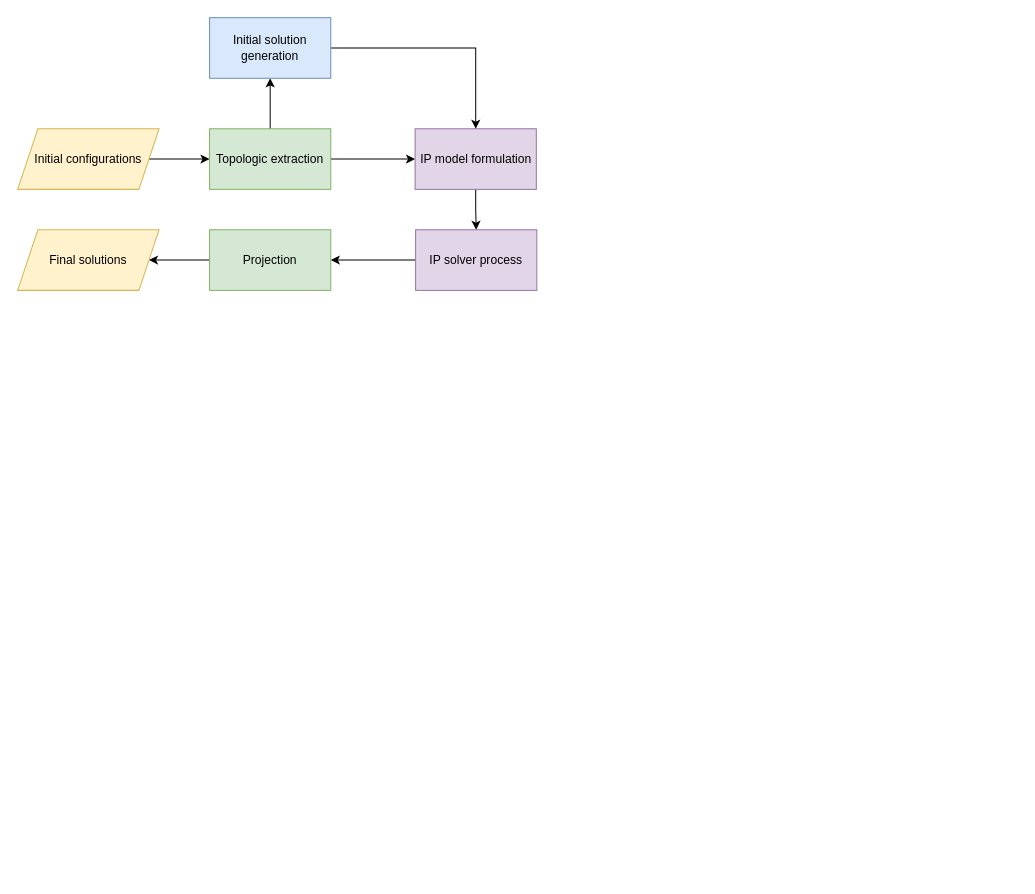
The draw.io diagram OWIP.drawio in HUOJIAXI/A-high-efficient-and-collision-free-algorithm-for-multi-robot-path-planning-in-narrow-passage-env, before the edit. Source tidied: cells renumbered, new cells numbered last; positions are measured from the earlier drawing's top-left corner, leaving out a move shared by most shapes. Both pictures are drawn from the tidied source at 101%, with x=0, y=0 at pixel (17, 17).
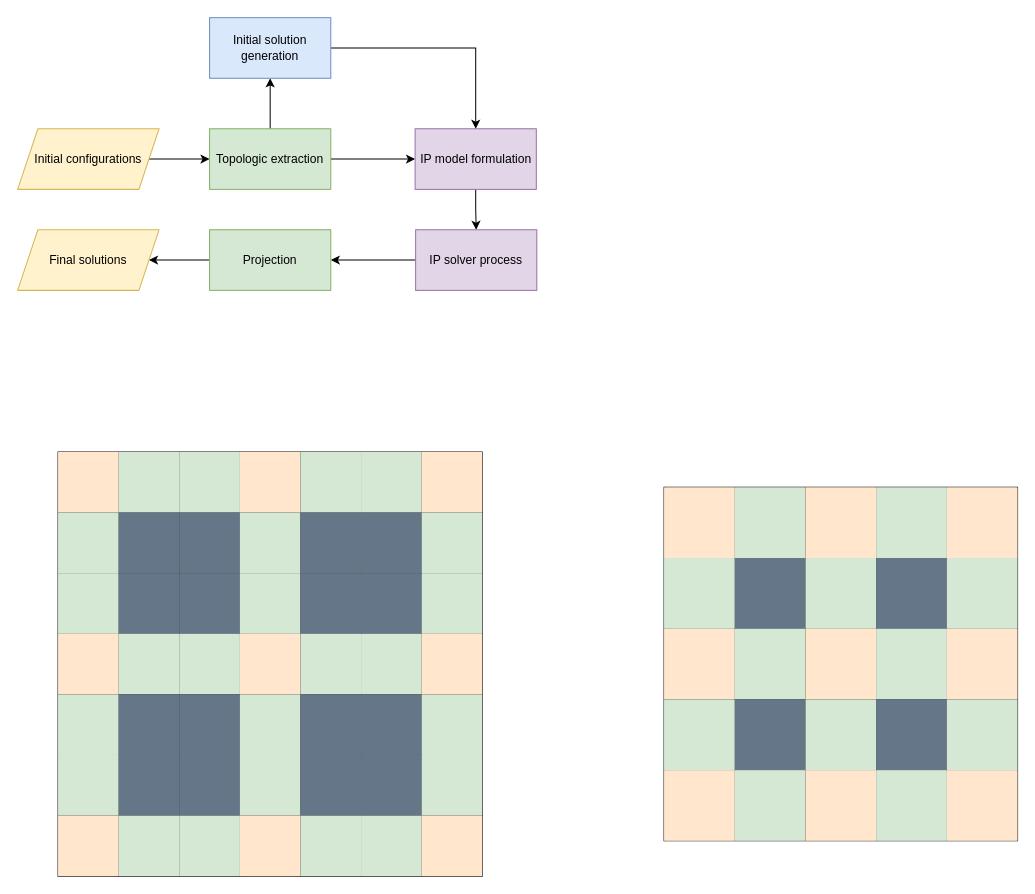
The same page after the edit.

Change to the diagram source:
```diff
@@
+    <mxCell id="16" style="shape=table;html=1;whiteSpace=wrap;startSize=0;childLayout=tableLayout;" parent="1" vertex="1">
+      <mxGeometry x="40" y="430" width="420" height="420" as="geometry" />
+    </mxCell>
+    <mxCell id="17" style="shape=partialRectangle;html=1;whiteSpace=wrap;fillColor=none;top=0;left=0;bottom=0;right=0;" parent="16" vertex="1">
+      <mxGeometry width="420" height="60" as="geometry" />
+    </mxCell>
+    <mxCell id="18" style="shape=partialRectangle;html=1;whiteSpace=wrap;overflow=hidden;fillColor=#ffe6cc;top=0;left=0;bottom=0;right=0;strokeColor=#d79b00;" parent="17" vertex="1">
+      <mxGeometry width="60" height="60" as="geometry" />
+    </mxCell>
+    <mxCell id="19" style="shape=partialRectangle;html=1;whiteSpace=wrap;overflow=hidden;fillColor=#d5e8d4;top=0;left=0;bottom=0;right=0;strokeColor=#82b366;" parent="17" vertex="1">
+      <mxGeometry x="60" width="60" height="60" as="geometry" />
+    </mxCell>
+    <mxCell id="20" style="shape=partialRectangle;html=1;whiteSpace=wrap;overflow=hidden;fillColor=#d5e8d4;top=0;left=0;bottom=0;right=0;strokeColor=#82b366;" parent="17" vertex="1">
+      <mxGeometry x="120" width="60" height="60" as="geometry" />
+    </mxCell>
+    <mxCell id="21" style="shape=partialRectangle;html=1;whiteSpace=wrap;overflow=hidden;fillColor=#ffe6cc;top=0;left=0;bottom=0;right=0;strokeColor=#d79b00;" parent="17" vertex="1">
+      <mxGeometry x="180" width="60" height="60" as="geometry" />
+    </mxCell>
+    <mxCell id="22" style="shape=partialRectangle;html=1;whiteSpace=wrap;overflow=hidden;fillColor=#d5e8d4;top=0;left=0;bottom=0;right=0;strokeColor=#82b366;" parent="17" vertex="1">
+      <mxGeometry x="240" width="60" height="60" as="geometry" />
+    </mxCell>
+    <mxCell id="23" style="shape=partialRectangle;html=1;whiteSpace=wrap;overflow=hidden;fillColor=#d5e8d4;top=0;left=0;bottom=0;right=0;strokeColor=#82b366;" parent="17" vertex="1">
+      <mxGeometry x="300" width="60" height="60" as="geometry" />
+    </mxCell>
+    <mxCell id="24" style="shape=partialRectangle;html=1;whiteSpace=wrap;overflow=hidden;fillColor=#ffe6cc;top=0;left=0;bottom=0;right=0;strokeColor=#d79b00;" parent="17" vertex="1">
+      <mxGeometry x="360" width="60" height="60" as="geometry" />
+    </mxCell>
+    <mxCell id="25" style="shape=partialRectangle;html=1;whiteSpace=wrap;fillColor=none;top=0;left=0;bottom=0;right=0;" parent="16" vertex="1">
+      <mxGeometry y="60" width="420" height="60" as="geometry" />
+    </mxCell>
+    <mxCell id="26" style="shape=partialRectangle;html=1;whiteSpace=wrap;overflow=hidden;fillColor=#d5e8d4;top=0;left=0;bottom=0;right=0;strokeColor=#82b366;" parent="25" vertex="1">
+      <mxGeometry width="60" height="60" as="geometry" />
+    </mxCell>
+    <mxCell id="27" style="shape=partialRectangle;html=1;whiteSpace=wrap;overflow=hidden;fillColor=#647687;top=0;left=0;bottom=0;right=0;strokeColor=#314354;fontColor=#ffffff;" parent="25" vertex="1">
+      <mxGeometry x="60" width="60" height="60" as="geometry" />
+    </mxCell>
+    <mxCell id="28" style="shape=partialRectangle;html=1;whiteSpace=wrap;overflow=hidden;fillColor=#647687;top=0;left=0;bottom=0;right=0;strokeColor=#314354;fontColor=#ffffff;" parent="25" vertex="1">
+      <mxGeometry x="120" width="60" height="60" as="geometry" />
+    </mxCell>
+    <mxCell id="29" style="shape=partialRectangle;html=1;whiteSpace=wrap;overflow=hidden;fillColor=#d5e8d4;top=0;left=0;bottom=0;right=0;strokeColor=#82b366;" parent="25" vertex="1">
+      <mxGeometry x="180" width="60" height="60" as="geometry" />
+    </mxCell>
+    <mxCell id="30" style="shape=partialRectangle;html=1;whiteSpace=wrap;overflow=hidden;fillColor=#647687;top=0;left=0;bottom=0;right=0;strokeColor=#314354;fontColor=#ffffff;" parent="25" vertex="1">
+      <mxGeometry x="240" width="60" height="60" as="geometry" />
+    </mxCell>
+    <mxCell id="31" style="shape=partialRectangle;html=1;whiteSpace=wrap;overflow=hidden;fillColor=#647687;top=0;left=0;bottom=0;right=0;strokeColor=#314354;fontColor=#ffffff;" parent="25" vertex="1">
+      <mxGeometry x="300" width="60" height="60" as="geometry" />
+    </mxCell>
+    <mxCell id="32" style="shape=partialRectangle;html=1;whiteSpace=wrap;overflow=hidden;fillColor=#d5e8d4;top=0;left=0;bottom=0;right=0;strokeColor=#82b366;" parent="25" vertex="1">
+      <mxGeometry x="360" width="60" height="60" as="geometry" />
+    </mxCell>
+    <mxCell id="33" style="shape=partialRectangle;html=1;whiteSpace=wrap;fillColor=none;top=0;left=0;bottom=0;right=0;" parent="16" vertex="1">
+      <mxGeometry y="120" width="420" height="60" as="geometry" />
+    </mxCell>
+    <mxCell id="34" style="shape=partialRectangle;html=1;whiteSpace=wrap;overflow=hidden;fillColor=#d5e8d4;top=0;left=0;bottom=0;right=0;strokeColor=#82b366;" parent="33" vertex="1">
+      <mxGeometry width="60" height="60" as="geometry" />
+    </mxCell>
+    <mxCell id="35" style="shape=partialRectangle;html=1;whiteSpace=wrap;overflow=hidden;fillColor=#647687;top=0;left=0;bottom=0;right=0;strokeColor=#314354;fontColor=#ffffff;" parent="33" vertex="1">
+      <mxGeometry x="60" width="60" height="60" as="geometry" />
+    </mxCell>
+    <mxCell id="36" style="shape=partialRectangle;html=1;whiteSpace=wrap;overflow=hidden;fillColor=#647687;top=0;left=0;bottom=0;right=0;strokeColor=#314354;fontColor=#ffffff;" parent="33" vertex="1">
+      <mxGeometry x="120" width="60" height="60" as="geometry" />
+    </mxCell>
+    <mxCell id="37" style="shape=partialRectangle;html=1;whiteSpace=wrap;overflow=hidden;fillColor=#d5e8d4;top=0;left=0;bottom=0;right=0;strokeColor=#82b366;" parent="33" vertex="1">
+      <mxGeometry x="180" width="60" height="60" as="geometry" />
+    </mxCell>
+    <mxCell id="38" style="shape=partialRectangle;html=1;whiteSpace=wrap;overflow=hidden;fillColor=#647687;top=0;left=0;bottom=0;right=0;strokeColor=#314354;fontColor=#ffffff;" parent="33" vertex="1">
+      <mxGeometry x="240" width="60" height="60" as="geometry" />
+    </mxCell>
+    <mxCell id="39" style="shape=partialRectangle;html=1;whiteSpace=wrap;overflow=hidden;fillColor=#647687;top=0;left=0;bottom=0;right=0;strokeColor=#314354;fontColor=#ffffff;" parent="33" vertex="1">
+      <mxGeometry x="300" width="60" height="60" as="geometry" />
+    </mxCell>
+    <mxCell id="40" style="shape=partialRectangle;html=1;whiteSpace=wrap;overflow=hidden;fillColor=#d5e8d4;top=0;left=0;bottom=0;right=0;strokeColor=#82b366;" parent="33" vertex="1">
+      <mxGeometry x="360" width="60" height="60" as="geometry" />
+    </mxCell>
+    <mxCell id="41" style="shape=partialRectangle;html=1;whiteSpace=wrap;fillColor=none;top=0;left=0;bottom=0;right=0;" parent="16" vertex="1">
+      <mxGeometry y="180" width="420" height="60" as="geometry" />
+    </mxCell>
+    <mxCell id="42" style="shape=partialRectangle;html=1;whiteSpace=wrap;overflow=hidden;fillColor=#ffe6cc;top=0;left=0;bottom=0;right=0;strokeColor=#d79b00;" parent="41" vertex="1">
+      <mxGeometry width="60" height="60" as="geometry" />
+    </mxCell>
+    <mxCell id="43" style="shape=partialRectangle;html=1;whiteSpace=wrap;overflow=hidden;fillColor=#d5e8d4;top=0;left=0;bottom=0;right=0;strokeColor=#82b366;" parent="41" vertex="1">
+      <mxGeometry x="60" width="60" height="60" as="geometry" />
+    </mxCell>
+    <mxCell id="44" style="shape=partialRectangle;html=1;whiteSpace=wrap;overflow=hidden;fillColor=#d5e8d4;top=0;left=0;bottom=0;right=0;strokeColor=#82b366;" parent="41" vertex="1">
+      <mxGeometry x="120" width="60" height="60" as="geometry" />
+    </mxCell>
+    <mxCell id="45" style="shape=partialRectangle;html=1;whiteSpace=wrap;overflow=hidden;fillColor=#ffe6cc;top=0;left=0;bottom=0;right=0;strokeColor=#d79b00;" parent="41" vertex="1">
+      <mxGeometry x="180" width="60" height="60" as="geometry" />
+    </mxCell>
+    <mxCell id="46" style="shape=partialRectangle;html=1;whiteSpace=wrap;overflow=hidden;fillColor=#d5e8d4;top=0;left=0;bottom=0;right=0;strokeColor=#82b366;" parent="41" vertex="1">
+      <mxGeometry x="240" width="60" height="60" as="geometry" />
+    </mxCell>
+    <mxCell id="47" style="shape=partialRectangle;html=1;whiteSpace=wrap;overflow=hidden;fillColor=#d5e8d4;top=0;left=0;bottom=0;right=0;strokeColor=#82b366;" parent="41" vertex="1">
+      <mxGeometry x="300" width="60" height="60" as="geometry" />
+    </mxCell>
+    <mxCell id="48" style="shape=partialRectangle;html=1;whiteSpace=wrap;overflow=hidden;fillColor=#ffe6cc;top=0;left=0;bottom=0;right=0;strokeColor=#d79b00;" parent="41" vertex="1">
+      <mxGeometry x="360" width="60" height="60" as="geometry" />
+    </mxCell>
+    <mxCell id="49" style="shape=partialRectangle;html=1;whiteSpace=wrap;fillColor=none;top=0;left=0;bottom=0;right=0;" parent="16" vertex="1">
+      <mxGeometry y="240" width="420" height="60" as="geometry" />
+    </mxCell>
+    <mxCell id="50" style="shape=partialRectangle;html=1;whiteSpace=wrap;overflow=hidden;fillColor=#d5e8d4;top=0;left=0;bottom=0;right=0;strokeColor=#82b366;" parent="49" vertex="1">
+      <mxGeometry width="60" height="60" as="geometry" />
+    </mxCell>
+    <mxCell id="51" style="shape=partialRectangle;html=1;whiteSpace=wrap;overflow=hidden;fillColor=#647687;top=0;left=0;bottom=0;right=0;strokeColor=#314354;fontColor=#ffffff;" parent="49" vertex="1">
+      <mxGeometry x="60" width="60" height="60" as="geometry" />
+    </mxCell>
+    <mxCell id="52" style="shape=partialRectangle;html=1;whiteSpace=wrap;overflow=hidden;fillColor=#647687;top=0;left=0;bottom=0;right=0;strokeColor=#314354;fontColor=#ffffff;" parent="49" vertex="1">
+      <mxGeometry x="120" width="60" height="60" as="geometry" />
+    </mxCell>
+    <mxCell id="53" style="shape=partialRectangle;html=1;whiteSpace=wrap;overflow=hidden;fillColor=#d5e8d4;top=0;left=0;bottom=0;right=0;strokeColor=#82b366;" parent="49" vertex="1">
+      <mxGeometry x="180" width="60" height="60" as="geometry" />
+    </mxCell>
+    <mxCell id="54" style="shape=partialRectangle;html=1;whiteSpace=wrap;overflow=hidden;fillColor=#647687;top=0;left=0;bottom=0;right=0;strokeColor=#314354;fontColor=#ffffff;" parent="49" vertex="1">
+      <mxGeometry x="240" width="60" height="60" as="geometry" />
+    </mxCell>
+    <mxCell id="55" style="shape=partialRectangle;html=1;whiteSpace=wrap;overflow=hidden;fillColor=#647687;top=0;left=0;bottom=0;right=0;strokeColor=#314354;fontColor=#ffffff;" parent="49" vertex="1">
+      <mxGeometry x="300" width="60" height="60" as="geometry" />
+    </mxCell>
+    <mxCell id="56" style="shape=partialRectangle;html=1;whiteSpace=wrap;overflow=hidden;fillColor=#d5e8d4;top=0;left=0;bottom=0;right=0;strokeColor=#82b366;" parent="49" vertex="1">
+      <mxGeometry x="360" width="60" height="60" as="geometry" />
+    </mxCell>
+    <mxCell id="57" style="shape=partialRectangle;html=1;whiteSpace=wrap;fillColor=none;top=0;left=0;bottom=0;right=0;" parent="16" vertex="1">
+      <mxGeometry y="300" width="420" height="60" as="geometry" />
+    </mxCell>
+    <mxCell id="58" style="shape=partialRectangle;html=1;whiteSpace=wrap;overflow=hidden;fillColor=#d5e8d4;top=0;left=0;bottom=0;right=0;strokeColor=#82b366;" parent="57" vertex="1">
+      <mxGeometry width="60" height="60" as="geometry" />
+    </mxCell>
+    <mxCell id="59" style="shape=partialRectangle;html=1;whiteSpace=wrap;overflow=hidden;fillColor=#647687;top=0;left=0;bottom=0;right=0;strokeColor=#314354;fontColor=#ffffff;" parent="57" vertex="1">
+      <mxGeometry x="60" width="60" height="60" as="geometry" />
+    </mxCell>
+    <mxCell id="60" style="shape=partialRectangle;html=1;whiteSpace=wrap;overflow=hidden;fillColor=#647687;top=0;left=0;bottom=0;right=0;strokeColor=#314354;fontColor=#ffffff;" parent="57" vertex="1">
+      <mxGeometry x="120" width="60" height="60" as="geometry" />
+    </mxCell>
+    <mxCell id="61" style="shape=partialRectangle;html=1;whiteSpace=wrap;overflow=hidden;fillColor=#d5e8d4;top=0;left=0;bottom=0;right=0;strokeColor=#82b366;" parent="57" vertex="1">
+      <mxGeometry x="180" width="60" height="60" as="geometry" />
+    </mxCell>
+    <mxCell id="62" style="shape=partialRectangle;html=1;whiteSpace=wrap;overflow=hidden;fillColor=#647687;top=0;left=0;bottom=0;right=0;strokeColor=#314354;fontColor=#ffffff;" parent="57" vertex="1">
+      <mxGeometry x="240" width="60" height="60" as="geometry" />
+    </mxCell>
+    <mxCell id="63" style="shape=partialRectangle;html=1;whiteSpace=wrap;overflow=hidden;fillColor=#647687;top=0;left=0;bottom=0;right=0;strokeColor=#314354;fontColor=#ffffff;" parent="57" vertex="1">
+      <mxGeometry x="300" width="60" height="60" as="geometry" />
+    </mxCell>
+    <mxCell id="64" style="shape=partialRectangle;html=1;whiteSpace=wrap;overflow=hidden;fillColor=#d5e8d4;top=0;left=0;bottom=0;right=0;strokeColor=#82b366;" parent="57" vertex="1">
+      <mxGeometry x="360" width="60" height="60" as="geometry" />
+    </mxCell>
+    <mxCell id="65" style="shape=partialRectangle;html=1;whiteSpace=wrap;fillColor=none;top=0;left=0;bottom=0;right=0;" parent="16" vertex="1">
+      <mxGeometry y="360" width="420" height="60" as="geometry" />
+    </mxCell>
+    <mxCell id="66" style="shape=partialRectangle;html=1;whiteSpace=wrap;overflow=hidden;fillColor=#ffe6cc;top=0;left=0;bottom=0;right=0;strokeColor=#d79b00;" parent="65" vertex="1">
+      <mxGeometry width="60" height="60" as="geometry" />
+    </mxCell>
+    <mxCell id="67" style="shape=partialRectangle;html=1;whiteSpace=wrap;overflow=hidden;fillColor=#d5e8d4;top=0;left=0;bottom=0;right=0;strokeColor=#82b366;" parent="65" vertex="1">
+      <mxGeometry x="60" width="60" height="60" as="geometry" />
+    </mxCell>
+    <mxCell id="68" style="shape=partialRectangle;html=1;whiteSpace=wrap;overflow=hidden;fillColor=#d5e8d4;top=0;left=0;bottom=0;right=0;strokeColor=#82b366;" parent="65" vertex="1">
+      <mxGeometry x="120" width="60" height="60" as="geometry" />
+    </mxCell>
+    <mxCell id="69" style="shape=partialRectangle;html=1;whiteSpace=wrap;overflow=hidden;fillColor=#ffe6cc;top=0;left=0;bottom=0;right=0;strokeColor=#d79b00;" parent="65" vertex="1">
+      <mxGeometry x="180" width="60" height="60" as="geometry" />
+    </mxCell>
+    <mxCell id="70" style="shape=partialRectangle;html=1;whiteSpace=wrap;overflow=hidden;fillColor=#d5e8d4;top=0;left=0;bottom=0;right=0;strokeColor=#82b366;" parent="65" vertex="1">
+      <mxGeometry x="240" width="60" height="60" as="geometry" />
+    </mxCell>
+    <mxCell id="71" style="shape=partialRectangle;html=1;whiteSpace=wrap;overflow=hidden;fillColor=#d5e8d4;top=0;left=0;bottom=0;right=0;strokeColor=#82b366;" parent="65" vertex="1">
+      <mxGeometry x="300" width="60" height="60" as="geometry" />
+    </mxCell>
+    <mxCell id="72" style="shape=partialRectangle;html=1;whiteSpace=wrap;overflow=hidden;fillColor=#ffe6cc;top=0;left=0;bottom=0;right=0;strokeColor=#d79b00;" parent="65" vertex="1">
+      <mxGeometry x="360" width="60" height="60" as="geometry" />
+    </mxCell>
+    <mxCell id="73" style="shape=table;html=1;whiteSpace=wrap;startSize=0;childLayout=tableLayout;" parent="1" vertex="1">
+      <mxGeometry x="640" y="465" width="350" height="350" as="geometry" />
+    </mxCell>
+    <mxCell id="74" style="shape=partialRectangle;html=1;whiteSpace=wrap;fillColor=none;top=0;left=0;bottom=0;right=0;" parent="73" vertex="1">
+      <mxGeometry width="350" height="70" as="geometry" />
+    </mxCell>
+    <mxCell id="75" style="shape=partialRectangle;html=1;whiteSpace=wrap;overflow=hidden;fillColor=#ffe6cc;top=0;left=0;bottom=0;right=0;strokeColor=#d79b00;" parent="74" vertex="1">
+      <mxGeometry width="70" height="70" as="geometry" />
+    </mxCell>
+    <mxCell id="76" style="shape=partialRectangle;html=1;whiteSpace=wrap;overflow=hidden;fillColor=#d5e8d4;top=0;left=0;bottom=0;right=0;strokeColor=#82b366;" parent="74" vertex="1">
+      <mxGeometry x="70" width="70" height="70" as="geometry" />
+    </mxCell>
+    <mxCell id="77" style="shape=partialRectangle;html=1;whiteSpace=wrap;overflow=hidden;fillColor=#ffe6cc;top=0;left=0;bottom=0;right=0;strokeColor=#d79b00;" parent="74" vertex="1">
+      <mxGeometry x="140" width="70" height="70" as="geometry" />
+    </mxCell>
+    <mxCell id="78" style="shape=partialRectangle;html=1;whiteSpace=wrap;overflow=hidden;fillColor=#d5e8d4;top=0;left=0;bottom=0;right=0;strokeColor=#82b366;" parent="74" vertex="1">
+      <mxGeometry x="210" width="70" height="70" as="geometry" />
+    </mxCell>
+    <mxCell id="79" style="shape=partialRectangle;html=1;whiteSpace=wrap;overflow=hidden;fillColor=#ffe6cc;top=0;left=0;bottom=0;right=0;strokeColor=#d79b00;" parent="74" vertex="1">
+      <mxGeometry x="280" width="70" height="70" as="geometry" />
+    </mxCell>
+    <mxCell id="80" style="shape=partialRectangle;html=1;whiteSpace=wrap;fillColor=none;top=0;left=0;bottom=0;right=0;" parent="73" vertex="1">
+      <mxGeometry y="70" width="350" height="70" as="geometry" />
+    </mxCell>
+    <mxCell id="81" style="shape=partialRectangle;html=1;whiteSpace=wrap;overflow=hidden;fillColor=#d5e8d4;top=0;left=0;bottom=0;right=0;strokeColor=#82b366;" parent="80" vertex="1">
+      <mxGeometry width="70" height="70" as="geometry" />
+    </mxCell>
+    <mxCell id="82" style="shape=partialRectangle;html=1;whiteSpace=wrap;overflow=hidden;fillColor=#647687;top=0;left=0;bottom=0;right=0;strokeColor=#314354;fontColor=#ffffff;" parent="80" vertex="1">
+      <mxGeometry x="70" width="70" height="70" as="geometry" />
+    </mxCell>
+    <mxCell id="83" style="shape=partialRectangle;html=1;whiteSpace=wrap;overflow=hidden;fillColor=#d5e8d4;top=0;left=0;bottom=0;right=0;strokeColor=#82b366;" parent="80" vertex="1">
+      <mxGeometry x="140" width="70" height="70" as="geometry" />
+    </mxCell>
+    <mxCell id="84" style="shape=partialRectangle;html=1;whiteSpace=wrap;overflow=hidden;fillColor=#647687;top=0;left=0;bottom=0;right=0;strokeColor=#314354;fontColor=#ffffff;" parent="80" vertex="1">
+      <mxGeometry x="210" width="70" height="70" as="geometry" />
+    </mxCell>
+    <mxCell id="85" style="shape=partialRectangle;html=1;whiteSpace=wrap;overflow=hidden;fillColor=#d5e8d4;top=0;left=0;bottom=0;right=0;strokeColor=#82b366;" parent="80" vertex="1">
+      <mxGeometry x="280" width="70" height="70" as="geometry" />
+    </mxCell>
+    <mxCell id="86" style="shape=partialRectangle;html=1;whiteSpace=wrap;fillColor=none;top=0;left=0;bottom=0;right=0;" parent="73" vertex="1">
+      <mxGeometry y="140" width="350" height="70" as="geometry" />
+    </mxCell>
+    <mxCell id="87" style="shape=partialRectangle;html=1;whiteSpace=wrap;overflow=hidden;fillColor=#ffe6cc;top=0;left=0;bottom=0;right=0;strokeColor=#d79b00;" parent="86" vertex="1">
+      <mxGeometry width="70" height="70" as="geometry" />
+    </mxCell>
+    <mxCell id="88" style="shape=partialRectangle;html=1;whiteSpace=wrap;overflow=hidden;fillColor=#d5e8d4;top=0;left=0;bottom=0;right=0;strokeColor=#82b366;" parent="86" vertex="1">
+      <mxGeometry x="70" width="70" height="70" as="geometry" />
+    </mxCell>
+    <mxCell id="89" style="shape=partialRectangle;html=1;whiteSpace=wrap;overflow=hidden;fillColor=#ffe6cc;top=0;left=0;bottom=0;right=0;strokeColor=#d79b00;" parent="86" vertex="1">
+      <mxGeometry x="140" width="70" height="70" as="geometry" />
+    </mxCell>
+    <mxCell id="90" style="shape=partialRectangle;html=1;whiteSpace=wrap;overflow=hidden;fillColor=#d5e8d4;top=0;left=0;bottom=0;right=0;strokeColor=#82b366;" parent="86" vertex="1">
+      <mxGeometry x="210" width="70" height="70" as="geometry" />
+    </mxCell>
+    <mxCell id="91" style="shape=partialRectangle;html=1;whiteSpace=wrap;overflow=hidden;fillColor=#ffe6cc;top=0;left=0;bottom=0;right=0;strokeColor=#d79b00;" parent="86" vertex="1">
+      <mxGeometry x="280" width="70" height="70" as="geometry" />
+    </mxCell>
+    <mxCell id="92" style="shape=partialRectangle;html=1;whiteSpace=wrap;fillColor=none;top=0;left=0;bottom=0;right=0;" parent="73" vertex="1">
+      <mxGeometry y="210" width="350" height="70" as="geometry" />
+    </mxCell>
+    <mxCell id="93" style="shape=partialRectangle;html=1;whiteSpace=wrap;overflow=hidden;fillColor=#d5e8d4;top=0;left=0;bottom=0;right=0;strokeColor=#82b366;" parent="92" vertex="1">
+      <mxGeometry width="70" height="70" as="geometry" />
+    </mxCell>
+    <mxCell id="94" style="shape=partialRectangle;html=1;whiteSpace=wrap;overflow=hidden;fillColor=#647687;top=0;left=0;bottom=0;right=0;strokeColor=#314354;fontColor=#ffffff;" parent="92" vertex="1">
+      <mxGeometry x="70" width="70" height="70" as="geometry" />
+    </mxCell>
+    <mxCell id="95" style="shape=partialRectangle;html=1;whiteSpace=wrap;overflow=hidden;fillColor=#d5e8d4;top=0;left=0;bottom=0;right=0;strokeColor=#82b366;" parent="92" vertex="1">
+      <mxGeometry x="140" width="70" height="70" as="geometry" />
+    </mxCell>
+    <mxCell id="96" style="shape=partialRectangle;html=1;whiteSpace=wrap;overflow=hidden;fillColor=#647687;top=0;left=0;bottom=0;right=0;strokeColor=#314354;fontColor=#ffffff;" parent="92" vertex="1">
+      <mxGeometry x="210" width="70" height="70" as="geometry" />
+    </mxCell>
+    <mxCell id="97" style="shape=partialRectangle;html=1;whiteSpace=wrap;overflow=hidden;fillColor=#d5e8d4;top=0;left=0;bottom=0;right=0;strokeColor=#82b366;" parent="92" vertex="1">
+      <mxGeometry x="280" width="70" height="70" as="geometry" />
+    </mxCell>
+    <mxCell id="98" style="shape=partialRectangle;html=1;whiteSpace=wrap;fillColor=none;top=0;left=0;bottom=0;right=0;" parent="73" vertex="1">
+      <mxGeometry y="280" width="350" height="70" as="geometry" />
+    </mxCell>
+    <mxCell id="99" style="shape=partialRectangle;html=1;whiteSpace=wrap;overflow=hidden;fillColor=#ffe6cc;top=0;left=0;bottom=0;right=0;strokeColor=#d79b00;" parent="98" vertex="1">
+      <mxGeometry width="70" height="70" as="geometry" />
+    </mxCell>
+    <mxCell id="100" style="shape=partialRectangle;html=1;whiteSpace=wrap;overflow=hidden;fillColor=#d5e8d4;top=0;left=0;bottom=0;right=0;strokeColor=#82b366;" parent="98" vertex="1">
+      <mxGeometry x="70" width="70" height="70" as="geometry" />
+    </mxCell>
+    <mxCell id="101" style="shape=partialRectangle;html=1;whiteSpace=wrap;overflow=hidden;fillColor=#ffe6cc;top=0;left=0;bottom=0;right=0;strokeColor=#d79b00;" parent="98" vertex="1">
+      <mxGeometry x="140" width="70" height="70" as="geometry" />
+    </mxCell>
+    <mxCell id="102" style="shape=partialRectangle;html=1;whiteSpace=wrap;overflow=hidden;fillColor=#d5e8d4;top=0;left=0;bottom=0;right=0;strokeColor=#82b366;" parent="98" vertex="1">
+      <mxGeometry x="210" width="70" height="70" as="geometry" />
+    </mxCell>
+    <mxCell id="103" style="shape=partialRectangle;html=1;whiteSpace=wrap;overflow=hidden;fillColor=#ffe6cc;top=0;left=0;bottom=0;right=0;strokeColor=#d79b00;" parent="98" vertex="1">
+      <mxGeometry x="280" width="70" height="70" as="geometry" />
+    </mxCell>
```
